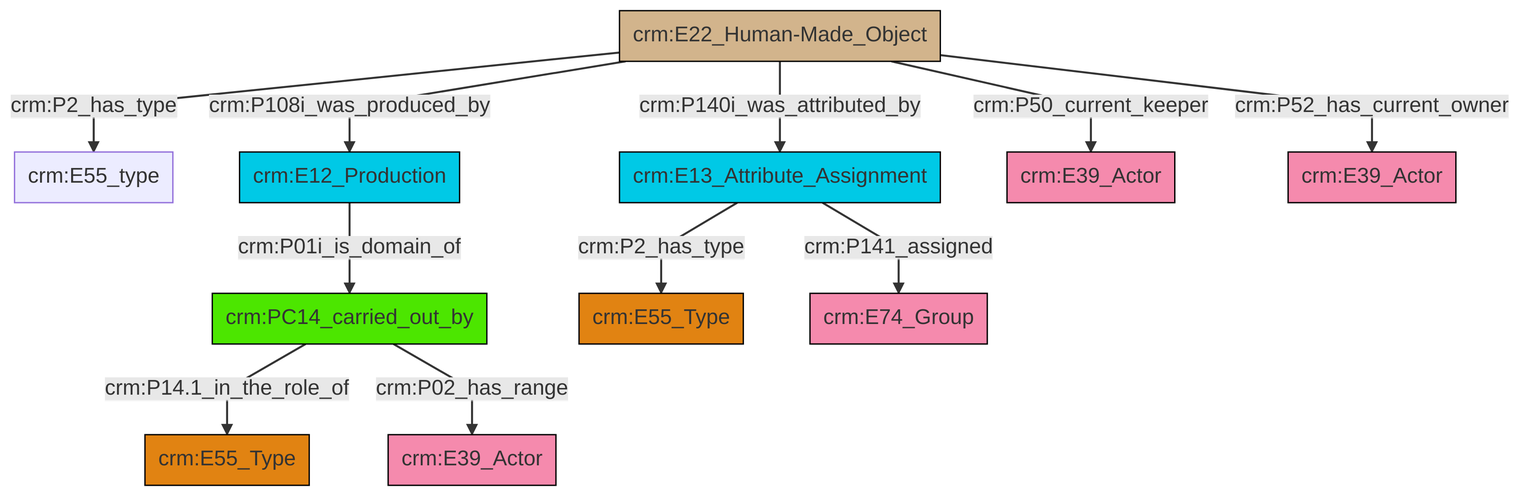
The Mermaid diagram et/artworkCSV/ttl/mmd/png/Artwork_Actor_Relations.png in swiss-art-research-net/docs.swissartresearch, before a commit. Its source is kept beside it as et/artworkCSV/ttl/mmd/Artwork_Actor_Relations.ttl.mmd.
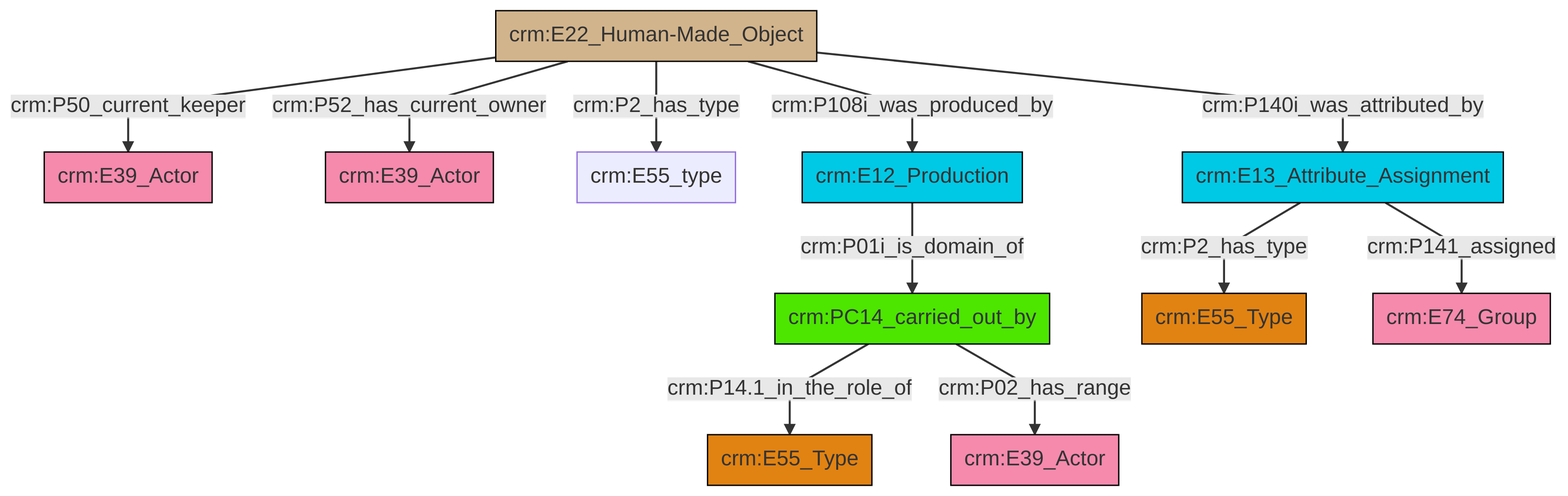
Above is the later version.

The edit, as a diff of the source:
```diff
@@ -13,13 +13,13 @@
 classDef PC_Classes fill:#4ce600, stroke:#000000;
 classDef Multi fill:#cccccc,stroke:#000000;
 
-2["crm:E22_Human-Made_Object"]:::Physical_Thing -->|crm:P2_has_type| 0["crm:E55_type"]:::Default
-3["crm:PC14_carried_out_by"]:::PC_Classes -->|crm:P14.1_in_the_role_of| 4["crm:E55_Type"]:::Type
-2["crm:E22_Human-Made_Object"]:::Physical_Thing -->|crm:P108i_was_produced_by| 7["crm:E12_Production"]:::Temporal_Entity
-8["crm:E13_Attribute_Assignment"]:::Temporal_Entity -->|crm:P2_has_type| 5["crm:E55_Type"]:::Type
-8["crm:E13_Attribute_Assignment"]:::Temporal_Entity -->|crm:P141_assigned| 12["crm:E74_Group"]:::Actor
-2["crm:E22_Human-Made_Object"]:::Physical_Thing -->|crm:P52_has_current_owner| 16["crm:E39_Actor"]:::Actor
-3["crm:PC14_carried_out_by"]:::PC_Classes -->|crm:P02_has_range| 19["crm:E39_Actor"]:::Actor
-2["crm:E22_Human-Made_Object"]:::Physical_Thing -->|crm:P50_current_keeper| 14["crm:E39_Actor"]:::Actor
-2["crm:E22_Human-Made_Object"]:::Physical_Thing -->|crm:P140i_was_attributed_by| 8["crm:E13_Attribute_Assignment"]:::Temporal_Entity
-7["crm:E12_Production"]:::Temporal_Entity -->|crm:P01i_is_domain_of| 3["crm:PC14_carried_out_by"]:::PC_Classes
+6["crm:E22_Human-Made_Object"]:::Physical_Thing -->|crm:P52_has_current_owner| 2["crm:E39_Actor"]:::Actor
+7["crm:PC14_carried_out_by"]:::PC_Classes -->|crm:P14.1_in_the_role_of| 12["crm:E55_Type"]:::Type
+18["crm:E12_Production"]:::Temporal_Entity -->|crm:P01i_is_domain_of| 7["crm:PC14_carried_out_by"]:::PC_Classes
+6["crm:E22_Human-Made_Object"]:::Physical_Thing -->|crm:P108i_was_produced_by| 18["crm:E12_Production"]:::Temporal_Entity
+6["crm:E22_Human-Made_Object"]:::Physical_Thing -->|crm:P140i_was_attributed_by| 20["crm:E13_Attribute_Assignment"]:::Temporal_Entity
+7["crm:PC14_carried_out_by"]:::PC_Classes -->|crm:P02_has_range| 16["crm:E39_Actor"]:::Actor
+20["crm:E13_Attribute_Assignment"]:::Temporal_Entity -->|crm:P141_assigned| 14["crm:E74_Group"]:::Actor
+6["crm:E22_Human-Made_Object"]:::Physical_Thing -->|crm:P2_has_type| 4["crm:E55_type"]:::Default
+6["crm:E22_Human-Made_Object"]:::Physical_Thing -->|crm:P50_current_keeper| 0["crm:E39_Actor"]:::Actor
+20["crm:E13_Attribute_Assignment"]:::Temporal_Entity -->|crm:P2_has_type| 10["crm:E55_Type"]:::Type
```
